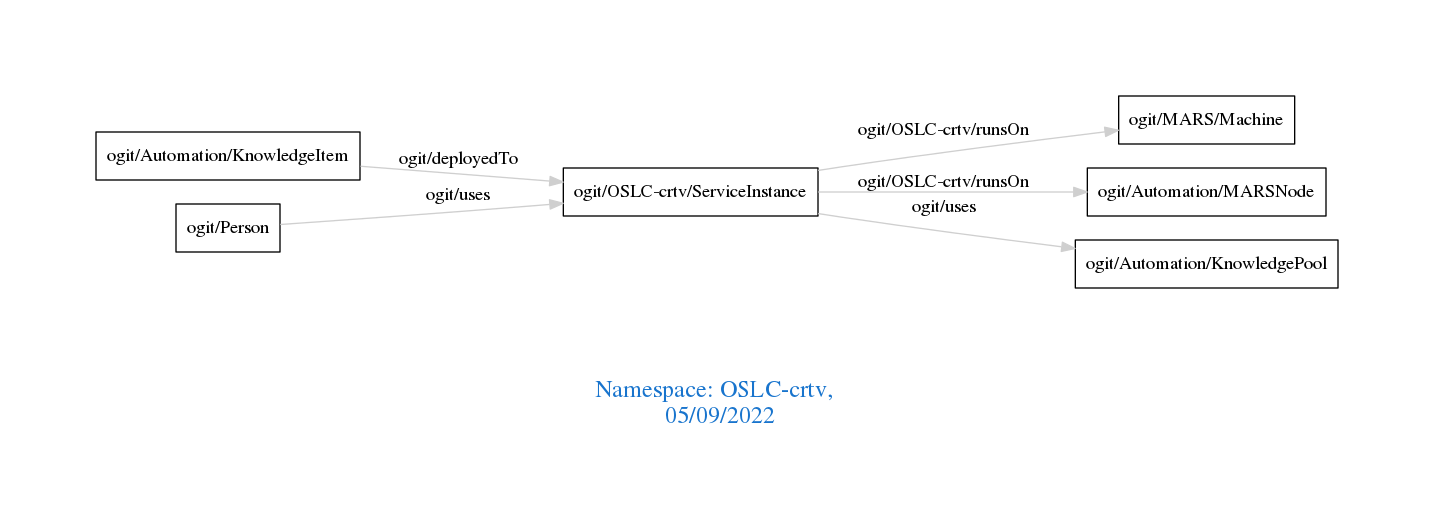
Earlier version of the Graphviz export downloads/OSLC-crtv.png (arago/OGIT). Its source is kept beside it as downloads/OSLC-crtv.dot.
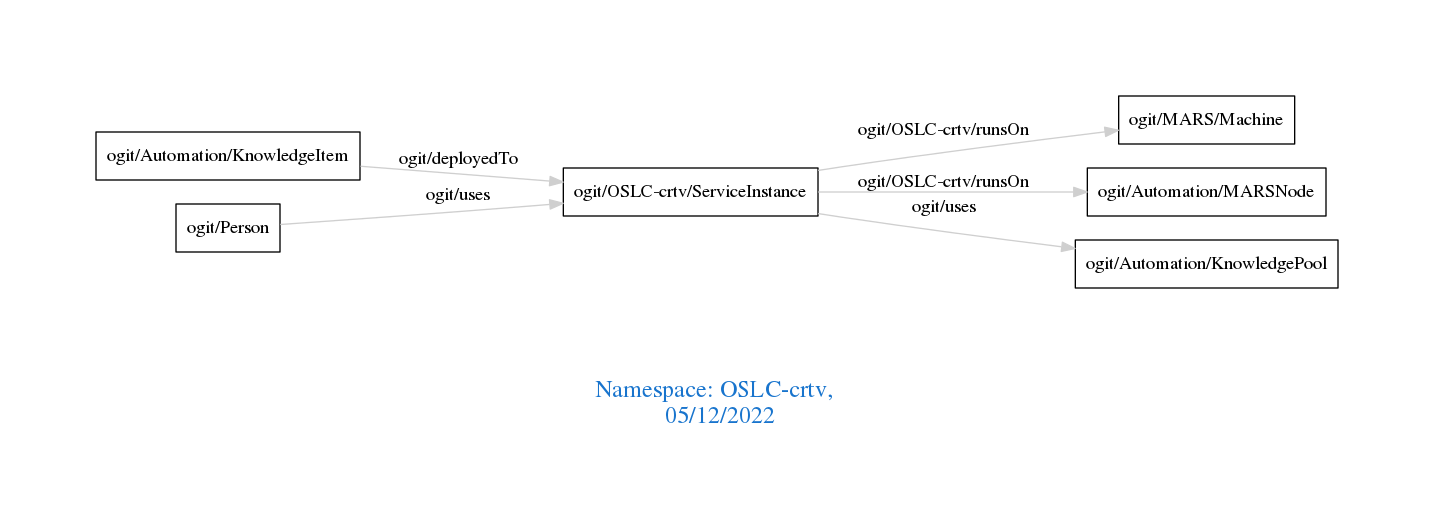
After the commit.

Change to the diagram source:
```diff
@@ -1,7 +1,7 @@
 digraph OGIT_ontology {
  graph [ rankdir= LR,pad=1
 fontsize = 18,
-fontcolor= dodgerblue3,label = "\n\n\nNamespace: OSLC-crtv, \n 05/09/2022"];
+fontcolor= dodgerblue3,label = "\n\n\nNamespace: OSLC-crtv, \n 05/12/2022"];
 node[shape=polygon];
 edge [  color="gray81"];
 
```
